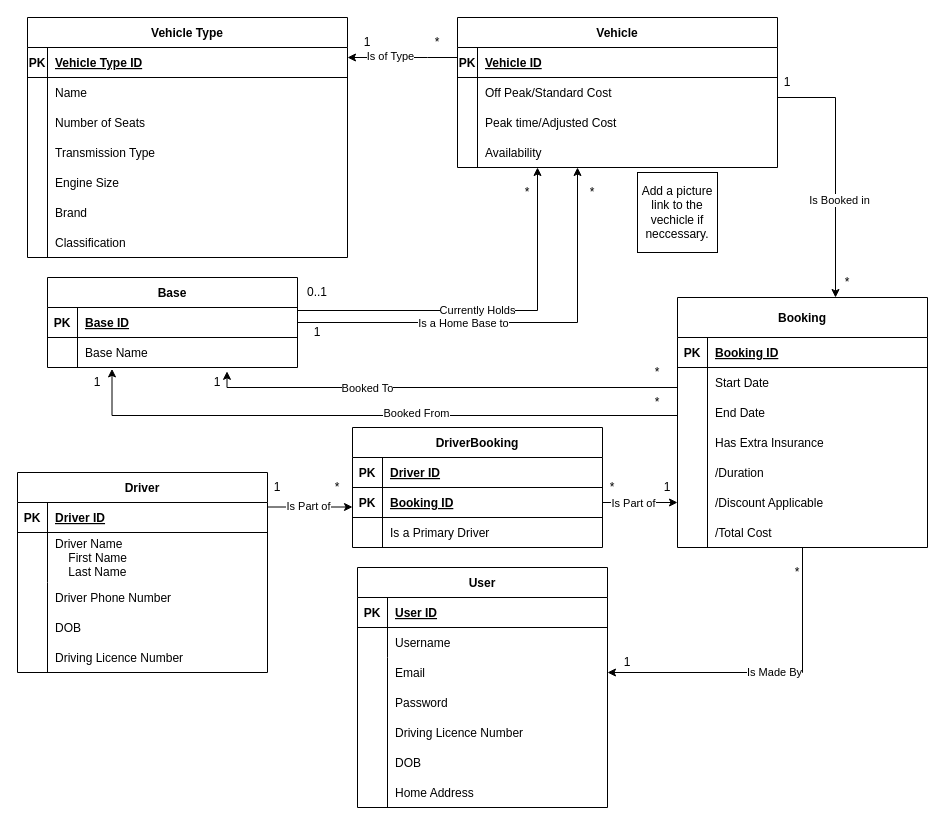
The draw.io diagram CW1 ERD.drawio in Daniel-Fejdych/Daniel-Fejdych.github.io, before the edit. Source tidied: cells renumbered, new cells numbered last; positions are measured from the earlier drawing's top-left corner, leaving out a move shared by most shapes. Both pictures are drawn from the tidied source at 100%, with x=0, y=0 at pixel (17, 17).
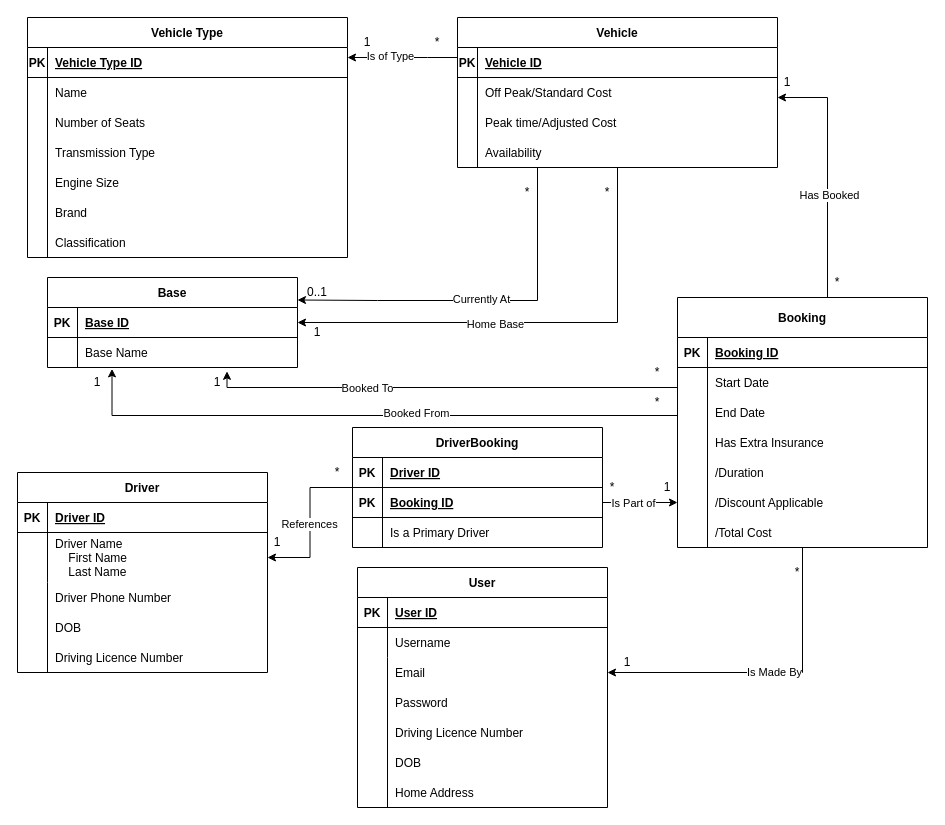
The same diagram, later.

The change refers to these unchanged cells:
```xml
<mxCell id="2" value="Base" style="shape=table;startSize=30;childLayout=tableLayout;rowLines=0;fontStyle=1;align=center;" parent="1" vertex="1">
  <mxGeometry x="30" y="260" width="250" height="90" as="geometry" />
</mxCell>
<mxCell id="3" style="shape=partialRectangle;fillColor=none;points=[[0,0.5],[1,0.5]];portConstraint=eastwest;top=0;left=0;right=0;bottom=1;" parent="2" vertex="1">
  <mxGeometry y="30" width="250" height="30" as="geometry" />
</mxCell>
<mxCell id="25" value="DriverBooking" style="shape=table;startSize=30;childLayout=tableLayout;rowLines=0;fontStyle=1;align=center;" parent="1" vertex="1">
  <mxGeometry x="335" y="410" width="250" height="120" as="geometry" />
</mxCell>
<mxCell id="42" style="shape=partialRectangle;fillColor=none;points=[[0,0.5],[1,0.5]];portConstraint=eastwest;top=0;left=0;right=0;bottom=0;" parent="38" vertex="1">
  <mxGeometry y="60" width="250" height="50" as="geometry" />
</mxCell>
<mxCell id="65" value="Booking" style="shape=table;startSize=40;childLayout=tableLayout;rowLines=0;fontStyle=1;align=center;" parent="1" vertex="1">
  <mxGeometry x="660" y="280" width="250" height="250" as="geometry" />
</mxCell>
<mxCell id="83" value="1" style="text;html=1;strokeColor=none;fillColor=none;align=center;verticalAlign=middle;whiteSpace=wrap;rounded=0;" parent="1" vertex="1">
  <mxGeometry x="760" y="50" width="20" height="30" as="geometry" />
</mxCell>
<mxCell id="95" value="Vehicle" style="shape=table;startSize=30;childLayout=tableLayout;rowLines=0;fontStyle=1;align=center;" parent="1" vertex="1">
  <mxGeometry x="440" width="320" height="150" as="geometry" />
</mxCell>
```

Diff of the diagram source:
```diff
@@
-    <mxCell id="9" style="edgeStyle=orthogonalEdgeStyle;rounded=0;jettySize=auto;html=1;exitX=1;exitY=0.25;exitDx=0;exitDy=0;" parent="1" edge="1" source="2">
-      <mxGeometry relative="1" as="geometry">
-        <mxPoint x="520" y="150" as="targetPoint" />
-        <Array as="points">
-          <mxPoint x="520" y="293" />
-        </Array>
-      </mxGeometry>
-    </mxCell>
-    <mxCell id="10" value="Currently Holds" style="edgeLabel;html=1;align=center;verticalAlign=middle;" parent="9" vertex="1">
-      <mxGeometry x="-0.26" relative="1" as="geometry">
-        <mxPoint x="44" y="-1" as="offset" />
-      </mxGeometry>
-    </mxCell>
-    <mxCell id="11" style="edgeStyle=orthogonalEdgeStyle;rounded=0;orthogonalLoop=1;jettySize=auto;html=1;" parent="1" edge="1">
-      <mxGeometry relative="1" as="geometry">
-        <mxPoint x="760" y="80" as="sourcePoint" />
-        <mxPoint x="818" y="280" as="targetPoint" />
-        <Array as="points">
-          <mxPoint x="760" y="80" />
-          <mxPoint x="818" y="80" />
-        </Array>
-      </mxGeometry>
-    </mxCell>
-    <mxCell id="12" value="Is Booked in" style="edgeLabel;html=1;align=center;verticalAlign=middle;" parent="11" vertex="1">
-      <mxGeometry x="0.24" y="3" relative="1" as="geometry" />
-    </mxCell>
@@
-    <mxCell id="15" style="edgeStyle=orthogonalEdgeStyle;rounded=0;jettySize=auto;html=1;exitX=1;exitY=0.5;exitDx=0;exitDy=0;" parent="1" edge="1" source="3">
-      <mxGeometry relative="1" as="geometry">
-        <mxPoint x="560" y="150" as="targetPoint" />
-        <Array as="points">
-          <mxPoint x="560" y="305" />
-        </Array>
-      </mxGeometry>
-    </mxCell>
-    <mxCell id="16" value="Is a Home Base to" style="edgeLabel;html=1;align=center;verticalAlign=middle;" parent="15" vertex="1">
-      <mxGeometry x="-0.24" y="3" relative="1" as="geometry">
-        <mxPoint y="3" as="offset" />
-      </mxGeometry>
-    </mxCell>
@@
-    <mxCell id="21" style="edgeStyle=orthogonalEdgeStyle;rounded=0;orthogonalLoop=1;jettySize=auto;html=1;entryX=0;entryY=0.5;entryDx=0;entryDy=0;" parent="1" edge="1">
-      <mxGeometry relative="1" as="geometry">
-        <mxPoint x="250" y="489.5" as="sourcePoint" />
-        <mxPoint x="335" y="489.5" as="targetPoint" />
-      </mxGeometry>
-    </mxCell>
-    <mxCell id="22" value="Is Part of" style="edgeLabel;html=1;align=center;verticalAlign=middle;" parent="21" vertex="1">
-      <mxGeometry x="0.15" y="2" relative="1" as="geometry">
-        <mxPoint x="-9" y="1" as="offset" />
-      </mxGeometry>
-    </mxCell>
@@
+    <mxCell id="114" style="edgeStyle=orthogonalEdgeStyle;rounded=0;jettySize=auto;html=1;" parent="1" edge="1" source="25" target="42">
+      <mxGeometry relative="1" as="geometry" />
+    </mxCell>
+    <mxCell id="115" value="References" style="edgeLabel;html=1;align=center;verticalAlign=middle;" parent="114" vertex="1">
+      <mxGeometry x="0.02" y="-1" relative="1" as="geometry" />
+    </mxCell>
@@
+    <mxCell id="116" style="edgeStyle=orthogonalEdgeStyle;rounded=0;jettySize=auto;html=1;entryX=0;entryY=1;entryDx=0;entryDy=0;" parent="1" edge="1" source="65" target="83">
+      <mxGeometry relative="1" as="geometry">
+        <Array as="points">
+          <mxPoint x="810" y="80" />
+        </Array>
+      </mxGeometry>
+    </mxCell>
+    <mxCell id="117" value="Has Booked" style="edgeLabel;html=1;align=center;verticalAlign=middle;" parent="116" vertex="1">
+      <mxGeometry x="-0.18" y="-1" relative="1" as="geometry" />
+    </mxCell>
@@
     <mxCell id="78" value="*" style="text;html=1;strokeColor=none;fillColor=none;align=center;verticalAlign=middle;whiteSpace=wrap;rounded=0;" parent="1" vertex="1">
-      <mxGeometry x="565" y="160" width="20" height="30" as="geometry" />
+      <mxGeometry x="580" y="160" width="20" height="30" as="geometry" />
     </mxCell>
@@
     <mxCell id="84" value="*" style="text;html=1;strokeColor=none;fillColor=none;align=center;verticalAlign=middle;whiteSpace=wrap;rounded=0;" parent="1" vertex="1">
-      <mxGeometry x="820" y="250" width="20" height="30" as="geometry" />
+      <mxGeometry x="810" y="250" width="20" height="30" as="geometry" />
     </mxCell>
@@
     <mxCell id="91" value="1" style="text;html=1;strokeColor=none;fillColor=none;align=center;verticalAlign=middle;whiteSpace=wrap;rounded=0;" parent="1" vertex="1">
-      <mxGeometry x="250" y="455" width="20" height="30" as="geometry" />
+      <mxGeometry x="250" y="510" width="20" height="30" as="geometry" />
     </mxCell>
     <mxCell id="92" value="*" style="text;html=1;strokeColor=none;fillColor=none;align=center;verticalAlign=middle;whiteSpace=wrap;rounded=0;" parent="1" vertex="1">
-      <mxGeometry x="310" y="455" width="20" height="30" as="geometry" />
+      <mxGeometry x="310" y="440" width="20" height="30" as="geometry" />
     </mxCell>
@@
+    <mxCell id="118" style="edgeStyle=orthogonalEdgeStyle;rounded=0;jettySize=auto;html=1;entryX=1;entryY=0.5;entryDx=0;entryDy=0;" parent="1" edge="1" source="95" target="3">
+      <mxGeometry relative="1" as="geometry" />
+    </mxCell>
+    <mxCell id="119" value="Home Base" style="edgeLabel;html=1;align=center;verticalAlign=middle;" parent="118" vertex="1">
+      <mxGeometry x="0.17" y="1" relative="1" as="geometry" />
+    </mxCell>
+    <mxCell id="120" style="edgeStyle=orthogonalEdgeStyle;rounded=0;jettySize=auto;html=1;entryX=1;entryY=0.25;entryDx=0;entryDy=0;" parent="1" edge="1" source="95" target="2">
+      <mxGeometry relative="1" as="geometry">
+        <Array as="points">
+          <mxPoint x="520" y="283" />
+          <mxPoint x="360" y="283" />
+        </Array>
+      </mxGeometry>
+    </mxCell>
+    <mxCell id="121" value="Currently At" style="edgeLabel;html=1;align=center;verticalAlign=middle;" parent="120" vertex="1">
+      <mxGeometry x="0.02" y="-2" relative="1" as="geometry" />
+    </mxCell>
@@
-    <mxCell id="113" value="Add a picture link to the vechicle if neccessary." style="whiteSpace=wrap;html=1;" parent="1" vertex="1">
-      <mxGeometry x="620" y="155" width="80" height="80" as="geometry" />
-    </mxCell>
```
